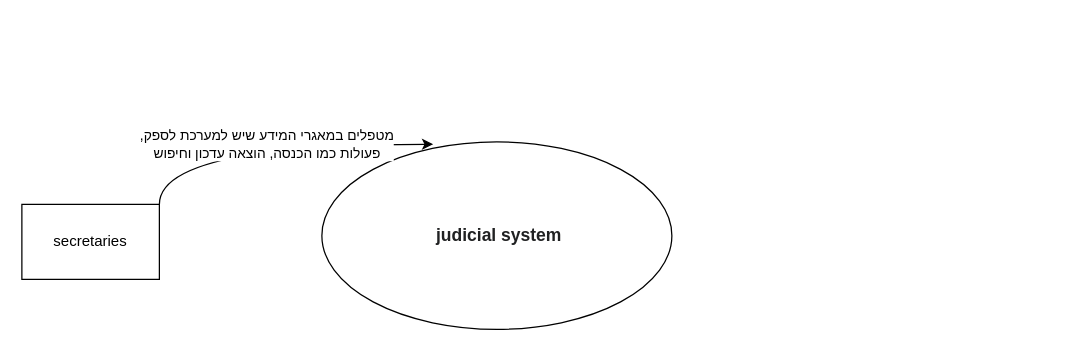
This is Untitled Diagram.drawio from romhayh/law-and-order, a draw.io file, before an edit. Source tidied: cells renumbered, new cells numbered last; positions are measured from the earlier drawing's top-left corner, leaving out a move shared by most shapes. Both pictures are drawn from the tidied source at 125%, with x=0, y=0 at pixel (21, 141).
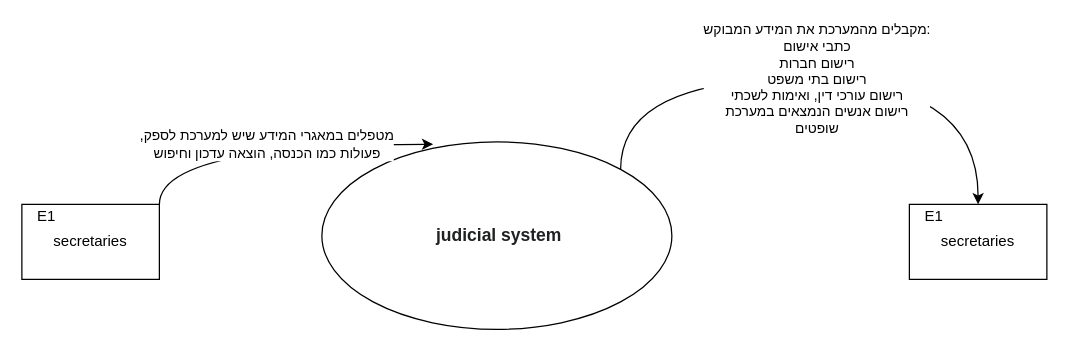
After the change.

What changed in the source:
```diff
@@
 <mxGraphModel>
   <root>
     <mxCell id="0" />
     <mxCell id="1" parent="0" />
+    <mxCell id="5" value="מקבלים מהמערכת את המידע המבוקש:&lt;br&gt;כתבי אישום&lt;br&gt;רישום חברות&lt;br&gt;רישום בתי משפט&lt;br&gt;רישום עורכי דין, ואימות לשכתי&lt;br&gt;רישום אנשים הנמצאים במערכת&lt;br&gt;שופטים" style="edgeStyle=orthogonalEdgeStyle;curved=1;rounded=0;jettySize=auto;html=1;exitX=1;exitY=0;exitDx=0;exitDy=0;entryX=0.5;entryY=0;entryDx=0;entryDy=0;" parent="1" edge="1" source="2" target="7">
+      <mxGeometry relative="1" as="geometry">
+        <Array as="points">
+          <mxPoint x="479" y="-50" />
+          <mxPoint x="765" y="-50" />
+        </Array>
+      </mxGeometry>
+    </mxCell>
     <mxCell id="2" value="&#10;&#10;&lt;span style=&quot;color: rgb(32, 33, 34); font-family: sans-serif; font-size: 14px; font-style: normal; font-weight: 400; letter-spacing: normal; text-indent: 0px; text-transform: none; word-spacing: 0px; background-color: rgb(255, 255, 255); display: inline; float: none;&quot;&gt;&lt;span&gt;&amp;nbsp;&lt;/span&gt;&lt;/span&gt;&lt;b style=&quot;color: rgb(32, 33, 34); font-family: sans-serif; font-size: 14px; font-style: normal; letter-spacing: normal; text-indent: 0px; text-transform: none; word-spacing: 0px; background-color: rgb(255, 255, 255);&quot;&gt;judicial system&lt;/b&gt;&#10;&#10;" style="ellipse;whiteSpace=wrap;html=1;" parent="1" vertex="1">
       <mxGeometry x="240" width="280" height="150" as="geometry" />
     </mxCell>
     <mxCell id="3" value=",מטפלים במאגרי המידע שיש למערכת לספק&lt;br&gt;פעולות כמו הכנסה, הוצאה עדכון וחיפוש" style="edgeStyle=orthogonalEdgeStyle;rounded=0;jettySize=auto;html=1;entryX=0.318;entryY=0.013;entryDx=0;entryDy=0;entryPerimeter=0;curved=1;" parent="1" edge="1" source="4" target="2">
       <mxGeometry relative="1" as="geometry">
         <Array as="points">
           <mxPoint x="110" y="2" />
         </Array>
       </mxGeometry>
     </mxCell>
     <mxCell id="4" value="secretaries" style="rounded=0;whiteSpace=wrap;html=1;" parent="1" vertex="1">
       <mxGeometry y="50" width="110" height="60" as="geometry" />
     </mxCell>
+    <mxCell id="6" value="E1" style="text;html=1;strokeColor=none;fillColor=none;align=center;verticalAlign=middle;whiteSpace=wrap;rounded=0;" parent="1" vertex="1">
+      <mxGeometry y="50" width="40" height="20" as="geometry" />
+    </mxCell>
+    <mxCell id="7" value="secretaries" style="rounded=0;whiteSpace=wrap;html=1;" parent="1" vertex="1">
+      <mxGeometry x="710" y="50" width="110" height="60" as="geometry" />
+    </mxCell>
+    <mxCell id="8" value="E1" style="text;html=1;strokeColor=none;fillColor=none;align=center;verticalAlign=middle;whiteSpace=wrap;rounded=0;" parent="1" vertex="1">
+      <mxGeometry x="710" y="50" width="40" height="20" as="geometry" />
+    </mxCell>
   </root>
 </mxGraphModel>
```
